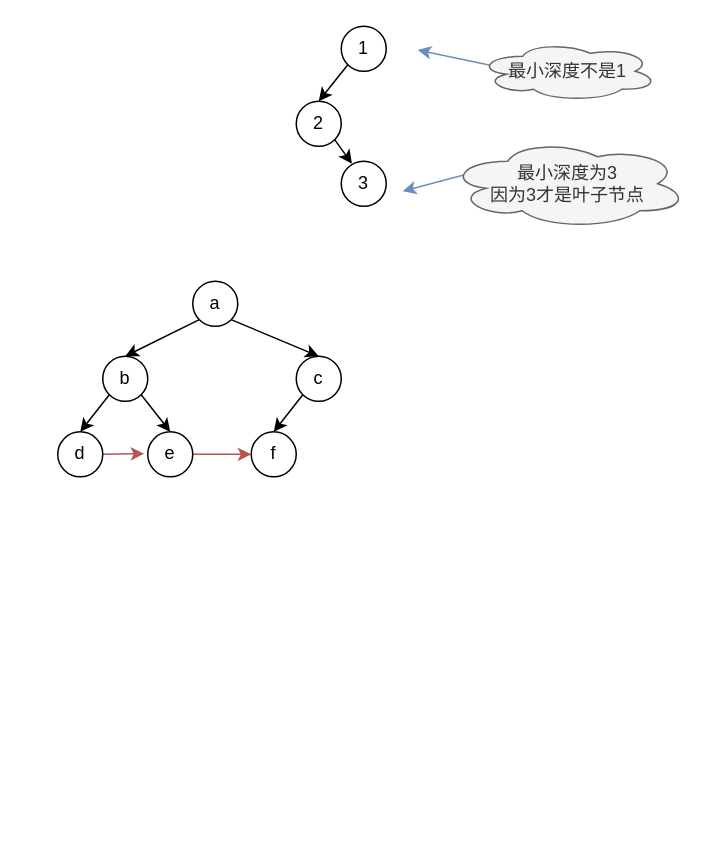
Above: 未命名绘图.drawio in BaiRuic/test (draw.io), before the change. Source tidied: cells renumbered, new cells numbered last; positions are measured from the earlier drawing's top-left corner, leaving out a move shared by most shapes. Both pictures are drawn from the tidied source at 150%, with x=0, y=0 at pixel (57, 26).
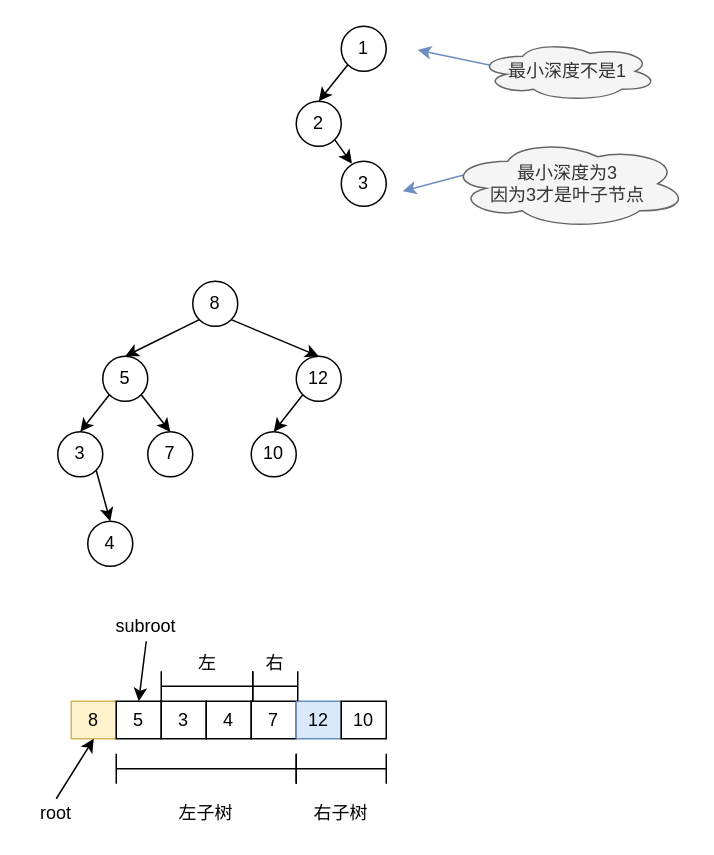
After the change.

Commit message:
更新未命名绘图.drawio

Change to the diagram source:
```diff
@@
-    <mxCell id="13" value="a" style="ellipse;whiteSpace=wrap;html=1;" parent="1" vertex="1">
+    <mxCell id="13" value="8" style="ellipse;whiteSpace=wrap;html=1;" parent="1" vertex="1">
       <mxGeometry x="90" y="170" width="30" height="30" as="geometry" />
     </mxCell>
@@
-    <mxCell id="16" value="b" style="ellipse;whiteSpace=wrap;html=1;" parent="1" vertex="1">
+    <mxCell id="16" value="5" style="ellipse;whiteSpace=wrap;html=1;" parent="1" vertex="1">
       <mxGeometry x="30" y="220" width="30" height="30" as="geometry" />
     </mxCell>
@@
-    <mxCell id="18" value="c" style="ellipse;whiteSpace=wrap;html=1;" parent="1" vertex="1">
+    <mxCell id="18" value="12" style="ellipse;whiteSpace=wrap;html=1;" parent="1" vertex="1">
       <mxGeometry x="159" y="220" width="30" height="30" as="geometry" />
     </mxCell>
-    <mxCell id="19" style="edgeStyle=none;rounded=0;jettySize=auto;html=1;exitX=1;exitY=0.5;exitDx=0;exitDy=0;entryX=-0.078;entryY=0.485;entryDx=0;entryDy=0;entryPerimeter=0;fillColor=#f8cecc;strokeColor=#b85450;" parent="1" edge="1" source="20" target="22">
-      <mxGeometry relative="1" as="geometry" />
-    </mxCell>
+    <mxCell id="24" style="rounded=0;jettySize=auto;html=1;exitX=1;exitY=1;exitDx=0;exitDy=0;entryX=0.5;entryY=0;entryDx=0;entryDy=0;" parent="1" edge="1" source="20" target="25">
+      <mxGeometry relative="1" as="geometry" />
+    </mxCell>
-    <mxCell id="20" value="d" style="ellipse;whiteSpace=wrap;html=1;" parent="1" vertex="1">
+    <mxCell id="20" value="3" style="ellipse;whiteSpace=wrap;html=1;" parent="1" vertex="1">
       <mxGeometry y="270.4" width="30" height="30" as="geometry" />
     </mxCell>
-    <mxCell id="21" style="edgeStyle=none;rounded=0;jettySize=auto;html=1;exitX=1;exitY=0.5;exitDx=0;exitDy=0;entryX=0;entryY=0.5;entryDx=0;entryDy=0;fillColor=#f8cecc;strokeColor=#b85450;" parent="1" edge="1" source="22" target="23">
-      <mxGeometry relative="1" as="geometry" />
-    </mxCell>
-    <mxCell id="22" value="e" style="ellipse;whiteSpace=wrap;html=1;" parent="1" vertex="1">
+    <mxCell id="22" value="7" style="ellipse;whiteSpace=wrap;html=1;" parent="1" vertex="1">
       <mxGeometry x="60" y="270.4" width="30" height="30" as="geometry" />
     </mxCell>
-    <mxCell id="23" value="f" style="ellipse;whiteSpace=wrap;html=1;" parent="1" vertex="1">
+    <mxCell id="23" value="10" style="ellipse;whiteSpace=wrap;html=1;" parent="1" vertex="1">
       <mxGeometry x="129" y="270.4" width="30" height="30" as="geometry" />
     </mxCell>
+    <mxCell id="25" value="4" style="ellipse;whiteSpace=wrap;html=1;" parent="1" vertex="1">
+      <mxGeometry x="20" y="330" width="30" height="30" as="geometry" />
+    </mxCell>
+    <mxCell id="26" value="8" style="rounded=0;whiteSpace=wrap;html=1;fillColor=#fff2cc;strokeColor=#d6b656;" parent="1" vertex="1">
+      <mxGeometry x="9" y="450" width="30" height="25" as="geometry" />
+    </mxCell>
+    <mxCell id="27" value="5" style="rounded=0;whiteSpace=wrap;html=1;" parent="1" vertex="1">
+      <mxGeometry x="39" y="450" width="30" height="25" as="geometry" />
+    </mxCell>
+    <mxCell id="28" value="3" style="rounded=0;whiteSpace=wrap;html=1;" parent="1" vertex="1">
+      <mxGeometry x="69" y="450" width="30" height="25" as="geometry" />
+    </mxCell>
+    <mxCell id="29" value="4" style="rounded=0;whiteSpace=wrap;html=1;" parent="1" vertex="1">
+      <mxGeometry x="99" y="450" width="30" height="25" as="geometry" />
+    </mxCell>
+    <mxCell id="30" value="7" style="rounded=0;whiteSpace=wrap;html=1;" parent="1" vertex="1">
+      <mxGeometry x="129" y="450" width="30" height="25" as="geometry" />
+    </mxCell>
+    <mxCell id="31" value="12" style="rounded=0;whiteSpace=wrap;html=1;fillColor=#dae8fc;strokeColor=#6c8ebf;" parent="1" vertex="1">
+      <mxGeometry x="159" y="450" width="30" height="25" as="geometry" />
+    </mxCell>
+    <mxCell id="32" value="10" style="rounded=0;whiteSpace=wrap;html=1;" parent="1" vertex="1">
+      <mxGeometry x="189" y="450" width="30" height="25" as="geometry" />
+    </mxCell>
+    <mxCell id="33" style="edgeStyle=none;rounded=0;jettySize=auto;html=1;exitX=0.5;exitY=0;exitDx=0;exitDy=0;entryX=0.5;entryY=1;entryDx=0;entryDy=0;" parent="1" edge="1" source="34" target="26">
+      <mxGeometry relative="1" as="geometry" />
+    </mxCell>
+    <mxCell id="34" value="root" style="text;html=1;strokeColor=none;fillColor=none;align=center;verticalAlign=middle;whiteSpace=wrap;rounded=0;" parent="1" vertex="1">
+      <mxGeometry x="-21" y="515" width="40" height="20" as="geometry" />
+    </mxCell>
+    <mxCell id="35" style="shape=crossbar;whiteSpace=wrap;html=1;rounded=1;" parent="1" vertex="1">
+      <mxGeometry x="39" y="485" width="120" height="20" as="geometry" />
+    </mxCell>
+    <mxCell id="36" value="左子树" style="text;html=1;strokeColor=none;fillColor=none;align=center;verticalAlign=middle;whiteSpace=wrap;rounded=0;" parent="1" vertex="1">
+      <mxGeometry x="79" y="515" width="40" height="20" as="geometry" />
+    </mxCell>
+    <mxCell id="37" style="shape=crossbar;whiteSpace=wrap;html=1;rounded=1;" parent="1" vertex="1">
+      <mxGeometry x="159" y="485" width="60" height="20" as="geometry" />
+    </mxCell>
+    <mxCell id="38" value="右子树" style="text;html=1;strokeColor=none;fillColor=none;align=center;verticalAlign=middle;whiteSpace=wrap;rounded=0;" parent="1" vertex="1">
+      <mxGeometry x="169" y="515" width="40" height="20" as="geometry" />
+    </mxCell>
+    <mxCell id="39" style="edgeStyle=none;rounded=0;jettySize=auto;html=1;exitX=0.5;exitY=1;exitDx=0;exitDy=0;entryX=0.5;entryY=0;entryDx=0;entryDy=0;" parent="1" edge="1" source="40" target="27">
+      <mxGeometry relative="1" as="geometry" />
+    </mxCell>
+    <mxCell id="40" value="subroot" style="text;html=1;strokeColor=none;fillColor=none;align=center;verticalAlign=middle;whiteSpace=wrap;rounded=0;" parent="1" vertex="1">
+      <mxGeometry x="39" y="390" width="40" height="20" as="geometry" />
+    </mxCell>
+    <mxCell id="41" style="shape=crossbar;whiteSpace=wrap;html=1;rounded=1;" parent="1" vertex="1">
+      <mxGeometry x="69" y="430" width="61" height="20" as="geometry" />
+    </mxCell>
+    <mxCell id="42" value="左" style="text;html=1;strokeColor=none;fillColor=none;align=center;verticalAlign=middle;whiteSpace=wrap;rounded=0;" parent="1" vertex="1">
+      <mxGeometry x="90" y="415" width="20" height="20" as="geometry" />
+    </mxCell>
+    <mxCell id="43" style="shape=crossbar;whiteSpace=wrap;html=1;rounded=1;" parent="1" vertex="1">
+      <mxGeometry x="130" y="430" width="30" height="20" as="geometry" />
+    </mxCell>
+    <mxCell id="44" value="右" style="text;html=1;strokeColor=none;fillColor=none;align=center;verticalAlign=middle;whiteSpace=wrap;rounded=0;" parent="1" vertex="1">
+      <mxGeometry x="140" y="415" width="10" height="20" as="geometry" />
+    </mxCell>
```
